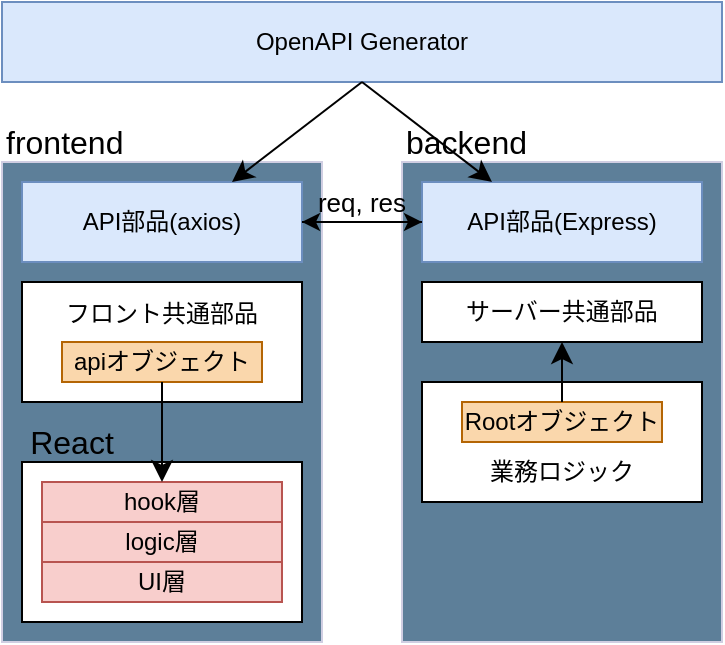
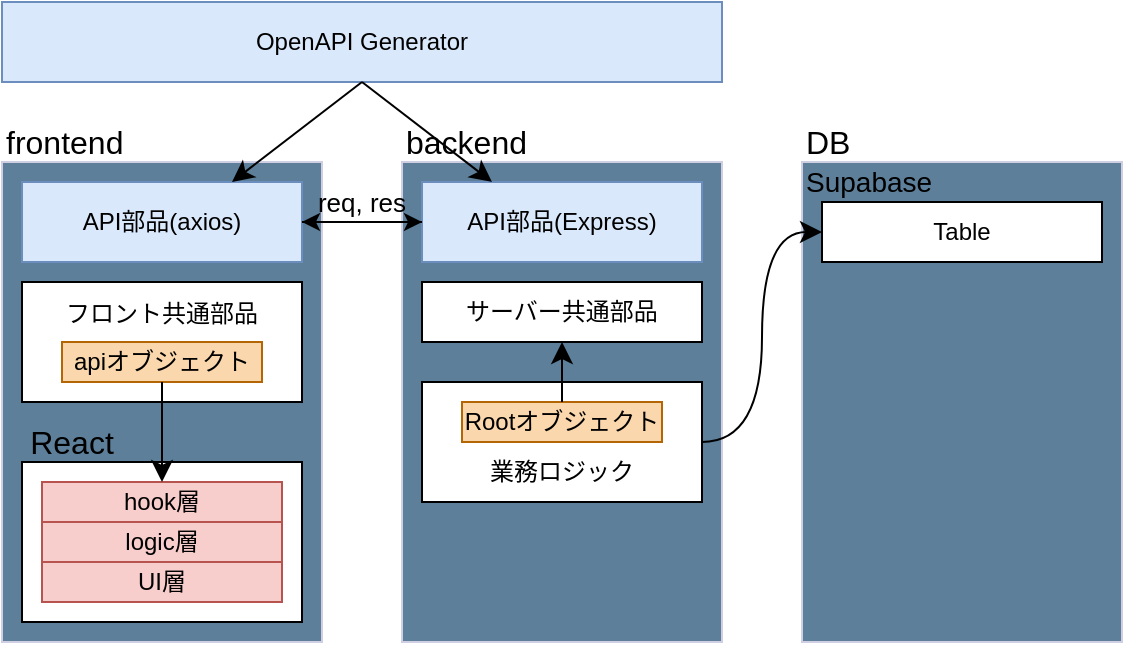
<mxfile host="app.diagrams.net">
  <diagram id="awAcCcHja_IrU6YgXmeA" name="システム図">
-     <mxGraphModel dx="325" dy="615" grid="1" gridSize="10" guides="1" tooltips="1" connect="1" arrows="1" fold="1" page="0" pageScale="1" pageWidth="827" pageHeight="1169" math="0" shadow="0">
+     <mxGraphModel dx="549" dy="1042" grid="1" gridSize="10" guides="1" tooltips="1" connect="1" arrows="1" fold="1" page="0" pageScale="1" pageWidth="827" pageHeight="1169" math="0" shadow="0">
      <root>
        <mxCell id="0" />
        <mxCell id="1" parent="0" />
        <mxCell id="YgQitG4K9J62n05gaeSd-1" parent="1" style="whiteSpace=wrap;html=1;labelBackgroundColor=none;fillColor=#dae8fc;strokeColor=#6c8ebf;" value="OpenAPI Generator" vertex="1">
          <mxGeometry height="40" width="360" as="geometry" />
        </mxCell>
        <mxCell id="YgQitG4K9J62n05gaeSd-2" parent="1" style="whiteSpace=wrap;html=1;strokeColor=#D0CEE2;fontColor=#1A1A1A;fillColor=#5D7F99;" value="" vertex="1">
          <mxGeometry height="240" width="160" y="80" as="geometry" />
        </mxCell>
        <mxCell id="YgQitG4K9J62n05gaeSd-3" parent="1" style="whiteSpace=wrap;html=1;strokeColor=#D0CEE2;fontColor=#1A1A1A;fillColor=#5D7F99;" value="" vertex="1">
          <mxGeometry height="240" width="160" x="200" y="80" as="geometry" />
        </mxCell>
        <mxCell id="YgQitG4K9J62n05gaeSd-4" parent="1" style="whiteSpace=wrap;html=1;strokeColor=#6c8ebf;fillColor=#dae8fc;" value="API部品(axios)" vertex="1">
          <mxGeometry height="40" width="140" x="10" y="90" as="geometry" />
        </mxCell>
        <mxCell id="YgQitG4K9J62n05gaeSd-5" parent="1" style="whiteSpace=wrap;html=1;strokeColor=#6c8ebf;fillColor=#dae8fc;" value="API部品(Express)" vertex="1">
          <mxGeometry height="40" width="140" x="210" y="90" as="geometry" />
        </mxCell>
        <mxCell id="YgQitG4K9J62n05gaeSd-6" edge="1" parent="1" source="YgQitG4K9J62n05gaeSd-1" style="edgeStyle=none;orthogonalLoop=1;jettySize=auto;html=1;rounded=1;fontSize=12;fontColor=#1A1A1A;startSize=8;endSize=8;curved=0;exitX=0.5;exitY=1;exitDx=0;exitDy=0;entryX=0.75;entryY=0;entryDx=0;entryDy=0;" target="YgQitG4K9J62n05gaeSd-4" value="">
          <mxGeometry relative="1" width="120" as="geometry">
            <Array as="points" />
            <mxPoint x="180" y="250" as="sourcePoint" />
            <mxPoint x="300" y="250" as="targetPoint" />
          </mxGeometry>
        </mxCell>
        <mxCell id="YgQitG4K9J62n05gaeSd-7" edge="1" parent="1" style="edgeStyle=none;orthogonalLoop=1;jettySize=auto;html=1;rounded=1;fontSize=12;fontColor=#1A1A1A;startSize=8;endSize=8;curved=0;entryX=0.25;entryY=0;entryDx=0;entryDy=0;" target="YgQitG4K9J62n05gaeSd-5" value="">
          <mxGeometry relative="1" width="120" as="geometry">
            <Array as="points" />
            <mxPoint x="180" y="40" as="sourcePoint" />
            <mxPoint x="125" y="100" as="targetPoint" />
          </mxGeometry>
        </mxCell>
        <mxCell id="YgQitG4K9J62n05gaeSd-8" parent="1" style="whiteSpace=wrap;html=1;" value="フロント共通部品&lt;div&gt;&lt;br&gt;&lt;div&gt;&lt;br&gt;&lt;/div&gt;&lt;/div&gt;" vertex="1">
          <mxGeometry height="60" width="140" x="10" y="140" as="geometry" />
        </mxCell>
        <mxCell id="YgQitG4K9J62n05gaeSd-9" parent="1" style="whiteSpace=wrap;html=1;strokeColor=#b46504;fillColor=#fad7ac;" value="apiオブジェクト" vertex="1">
          <mxGeometry height="20" width="100" x="30" y="170" as="geometry" />
        </mxCell>
        <mxCell id="FF6bedQ5IDZKCfZRSgoX-1" parent="1" style="whiteSpace=wrap;html=1;" value="" vertex="1">
          <mxGeometry height="80" width="140" x="10" y="230" as="geometry" />
        </mxCell>
        <mxCell id="FF6bedQ5IDZKCfZRSgoX-2" parent="1" style="text;html=1;whiteSpace=wrap;strokeColor=none;fillColor=none;align=center;verticalAlign=middle;rounded=0;fontSize=16;" value="React" vertex="1">
          <mxGeometry height="20" width="50" x="10" y="210" as="geometry" />
        </mxCell>
        <mxCell id="FF6bedQ5IDZKCfZRSgoX-3" parent="1" style="whiteSpace=wrap;html=1;strokeColor=#b85450;fillColor=#f8cecc;" value="UI層" vertex="1">
          <mxGeometry height="20" width="120" x="20" y="280" as="geometry" />
        </mxCell>
        <mxCell id="FF6bedQ5IDZKCfZRSgoX-4" parent="1" style="whiteSpace=wrap;html=1;strokeColor=#b85450;fillColor=#f8cecc;" value="logic層" vertex="1">
          <mxGeometry height="20" width="120" x="20" y="260" as="geometry" />
        </mxCell>
        <mxCell id="FF6bedQ5IDZKCfZRSgoX-5" parent="1" style="whiteSpace=wrap;html=1;strokeColor=#b85450;fillColor=#f8cecc;" value="hook層" vertex="1">
          <mxGeometry height="20" width="120" x="20" y="240" as="geometry" />
        </mxCell>
        <mxCell id="FF6bedQ5IDZKCfZRSgoX-6" edge="1" parent="1" source="YgQitG4K9J62n05gaeSd-9" style="edgeStyle=none;orthogonalLoop=1;jettySize=auto;html=1;rounded=0;fontSize=12;startSize=8;endSize=8;curved=1;exitX=0.5;exitY=1;exitDx=0;exitDy=0;entryX=0.5;entryY=0;entryDx=0;entryDy=0;" target="FF6bedQ5IDZKCfZRSgoX-5" value="">
          <mxGeometry relative="1" width="120" as="geometry">
            <Array as="points" />
            <mxPoint x="110" y="320" as="sourcePoint" />
            <mxPoint x="230" y="320" as="targetPoint" />
          </mxGeometry>
        </mxCell>
        <mxCell id="FF6bedQ5IDZKCfZRSgoX-7" parent="1" style="whiteSpace=wrap;html=1;" value="サーバー共通部品" vertex="1">
          <mxGeometry height="30" width="140" x="210" y="140" as="geometry" />
        </mxCell>
        <mxCell id="FF6bedQ5IDZKCfZRSgoX-9" parent="1" style="whiteSpace=wrap;html=1;" value="&lt;div&gt;&lt;br&gt;&lt;/div&gt;&lt;div&gt;&lt;br&gt;&lt;/div&gt;業務ロジック" vertex="1">
          <mxGeometry height="60" width="140" x="210" y="190" as="geometry" />
        </mxCell>
        <mxCell id="FF6bedQ5IDZKCfZRSgoX-8" parent="1" style="whiteSpace=wrap;html=1;strokeColor=#b46504;fillColor=#fad7ac;" value="Rootオブジェクト" vertex="1">
          <mxGeometry height="20" width="100" x="230" y="200" as="geometry" />
        </mxCell>
        <mxCell id="I21Fz07c1uhBnxgcStHQ-1" edge="1" parent="1" source="FF6bedQ5IDZKCfZRSgoX-8" style="edgeStyle=none;orthogonalLoop=1;jettySize=auto;html=1;rounded=0;fontSize=12;startSize=8;endSize=8;curved=1;exitX=0.5;exitY=0;exitDx=0;exitDy=0;entryX=0.5;entryY=1;entryDx=0;entryDy=0;" target="FF6bedQ5IDZKCfZRSgoX-7" value="">
          <mxGeometry relative="1" width="120" as="geometry">
            <Array as="points" />
            <mxPoint x="310" y="200" as="sourcePoint" />
            <mxPoint x="430" y="200" as="targetPoint" />
          </mxGeometry>
        </mxCell>
        <mxCell id="I21Fz07c1uhBnxgcStHQ-2" edge="1" parent="1" source="YgQitG4K9J62n05gaeSd-4" style="edgeStyle=none;orthogonalLoop=1;jettySize=auto;html=1;rounded=0;fontSize=12;curved=1;exitX=1;exitY=0.5;exitDx=0;exitDy=0;entryX=0;entryY=0.5;entryDx=0;entryDy=0;" target="YgQitG4K9J62n05gaeSd-5" value="">
          <mxGeometry relative="1" width="120" as="geometry">
            <Array as="points" />
            <mxPoint x="180" y="130" as="sourcePoint" />
            <mxPoint x="300" y="130" as="targetPoint" />
          </mxGeometry>
        </mxCell>
        <mxCell id="I21Fz07c1uhBnxgcStHQ-3" edge="1" parent="1" source="YgQitG4K9J62n05gaeSd-5" style="edgeStyle=none;orthogonalLoop=1;jettySize=auto;html=1;rounded=0;fontSize=12;curved=1;exitX=0;exitY=0.5;exitDx=0;exitDy=0;" value="">
          <mxGeometry relative="1" width="120" as="geometry">
            <Array as="points" />
            <mxPoint x="160" y="120" as="sourcePoint" />
            <mxPoint x="150" y="110" as="targetPoint" />
          </mxGeometry>
        </mxCell>
        <mxCell id="I21Fz07c1uhBnxgcStHQ-4" parent="1" style="text;html=1;whiteSpace=wrap;strokeColor=none;fillColor=none;align=center;verticalAlign=middle;rounded=0;fontSize=13;" value="req, res" vertex="1">
          <mxGeometry height="20" width="70" x="145" y="90" as="geometry" />
        </mxCell>
        <mxCell id="I21Fz07c1uhBnxgcStHQ-5" parent="1" style="text;html=1;whiteSpace=wrap;strokeColor=none;fillColor=none;align=left;verticalAlign=middle;rounded=0;fontSize=16;" value="frontend" vertex="1">
          <mxGeometry height="20" width="90" y="60" as="geometry" />
        </mxCell>
        <mxCell id="I21Fz07c1uhBnxgcStHQ-6" parent="1" style="text;html=1;whiteSpace=wrap;strokeColor=none;fillColor=none;align=left;verticalAlign=middle;rounded=0;fontSize=16;" value="backend" vertex="1">
          <mxGeometry height="20" width="90" x="200" y="60" as="geometry" />
        </mxCell>
+         <mxCell id="FSRs2_LE--TEKMfnxz0B-1" parent="1" style="whiteSpace=wrap;html=1;strokeColor=#D0CEE2;fontColor=#1A1A1A;fillColor=#5D7F99;" value="" vertex="1">
+           <mxGeometry height="240" width="160" x="400" y="80" as="geometry" />
+         </mxCell>
+         <mxCell id="FSRs2_LE--TEKMfnxz0B-2" parent="1" style="text;html=1;whiteSpace=wrap;strokeColor=none;fillColor=none;align=left;verticalAlign=middle;rounded=0;fontSize=16;" value="DB" vertex="1">
+           <mxGeometry height="20" width="90" x="400" y="60" as="geometry" />
+         </mxCell>
+         <mxCell id="FSRs2_LE--TEKMfnxz0B-3" parent="1" style="text;html=1;whiteSpace=wrap;strokeColor=none;fillColor=none;align=left;verticalAlign=middle;rounded=0;fontSize=14;" value="Supabase" vertex="1">
+           <mxGeometry height="20" width="90" x="400" y="80" as="geometry" />
+         </mxCell>
+         <mxCell id="FSRs2_LE--TEKMfnxz0B-4" parent="1" style="whiteSpace=wrap;html=1;" value="Table" vertex="1">
+           <mxGeometry height="30" width="140" x="410" y="100" as="geometry" />
+         </mxCell>
+         <mxCell id="FSRs2_LE--TEKMfnxz0B-5" edge="1" parent="1" source="FF6bedQ5IDZKCfZRSgoX-9" style="edgeStyle=orthogonalEdgeStyle;orthogonalLoop=1;jettySize=auto;html=1;rounded=1;fontSize=12;startSize=8;endSize=8;curved=1;exitX=1;exitY=0.5;exitDx=0;exitDy=0;entryX=0;entryY=0.5;entryDx=0;entryDy=0;" target="FSRs2_LE--TEKMfnxz0B-4" value="">
+           <mxGeometry relative="1" width="120" as="geometry">
+             <mxPoint x="290" y="210" as="sourcePoint" />
+             <mxPoint x="290" y="180" as="targetPoint" />
+           </mxGeometry>
+         </mxCell>
      </root>
    </mxGraphModel>
  </diagram>
</mxfile>
